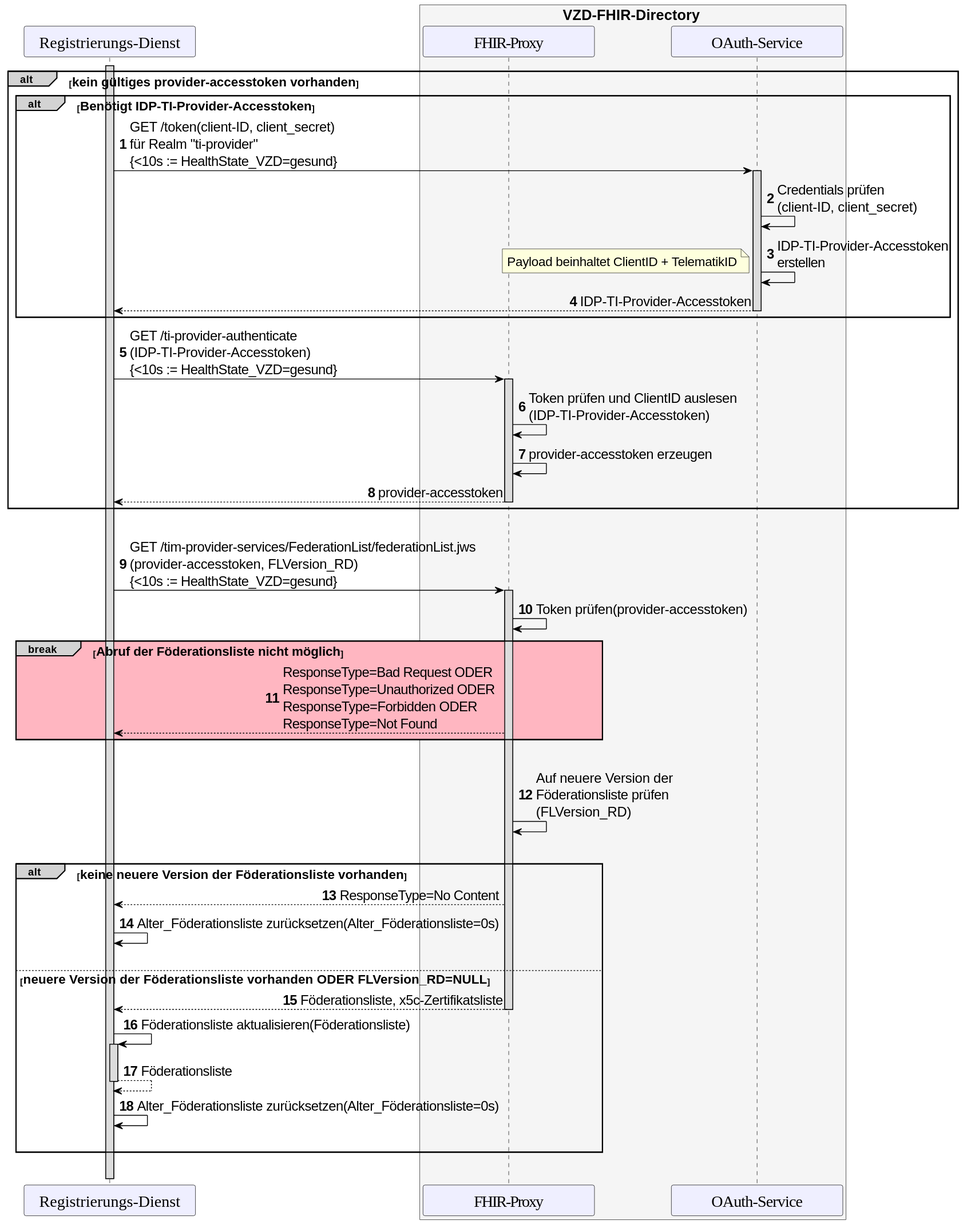
Earlier version of the PlantUML export images/diagrams/TI-Messenger-Dienst/Ressourcen/UC_Update_Federationlist_auth_retrieve.svg (gematik/api-ti-messenger).
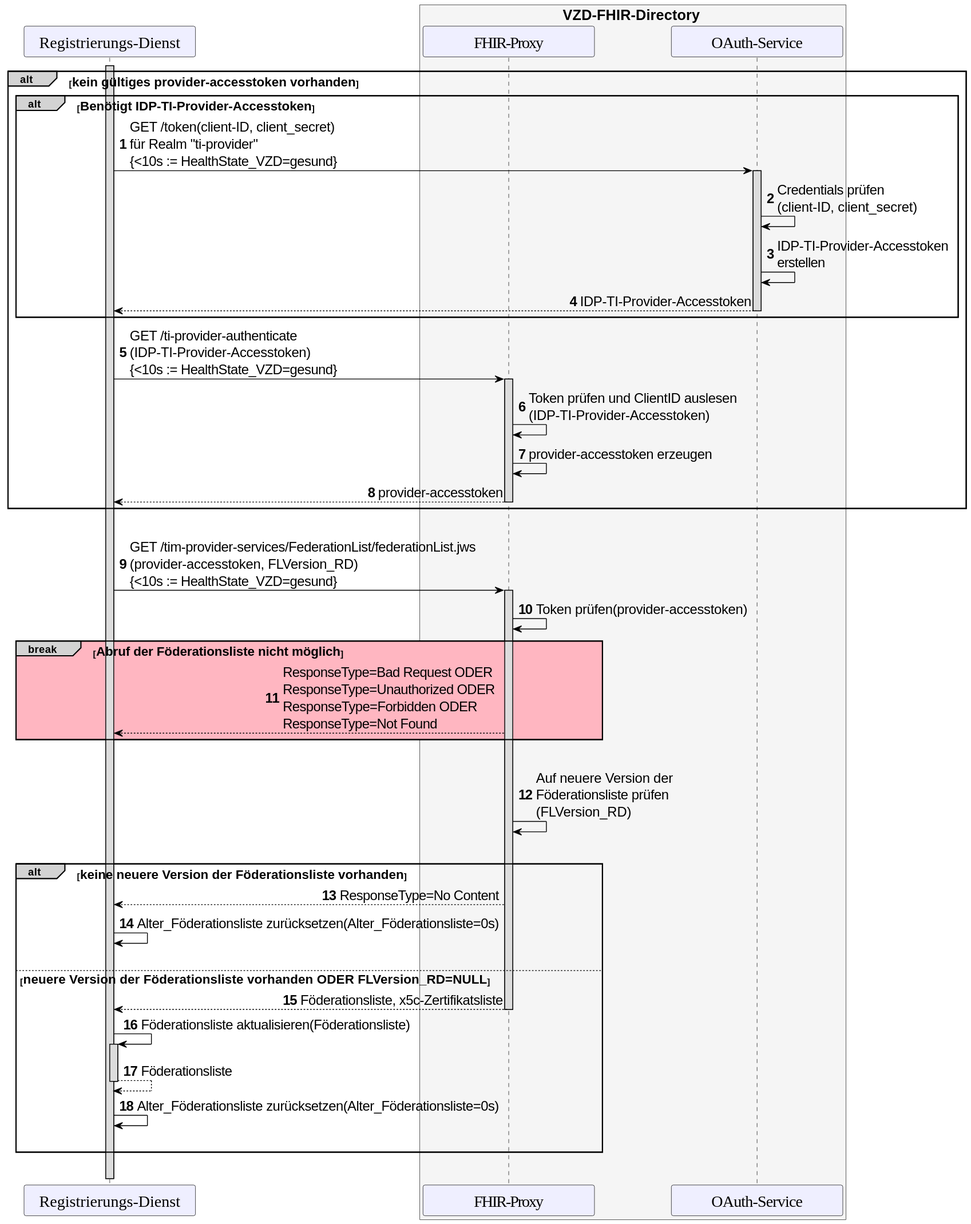
After the change.

Change to the diagram source:
```diff
@@ -41,7 +41,6 @@
       activate AS
       AS -> AS: Credentials prüfen \n(client-ID, client_secret)
       AS -> AS: IDP-TI-Provider-Accesstoken\nerstellen
-      note left: <size:16>Payload beinhaltet ClientID + TelematikID</size>
       AS --> RD: IDP-TI-Provider-Accesstoken
       deactivate AS
   end
```
